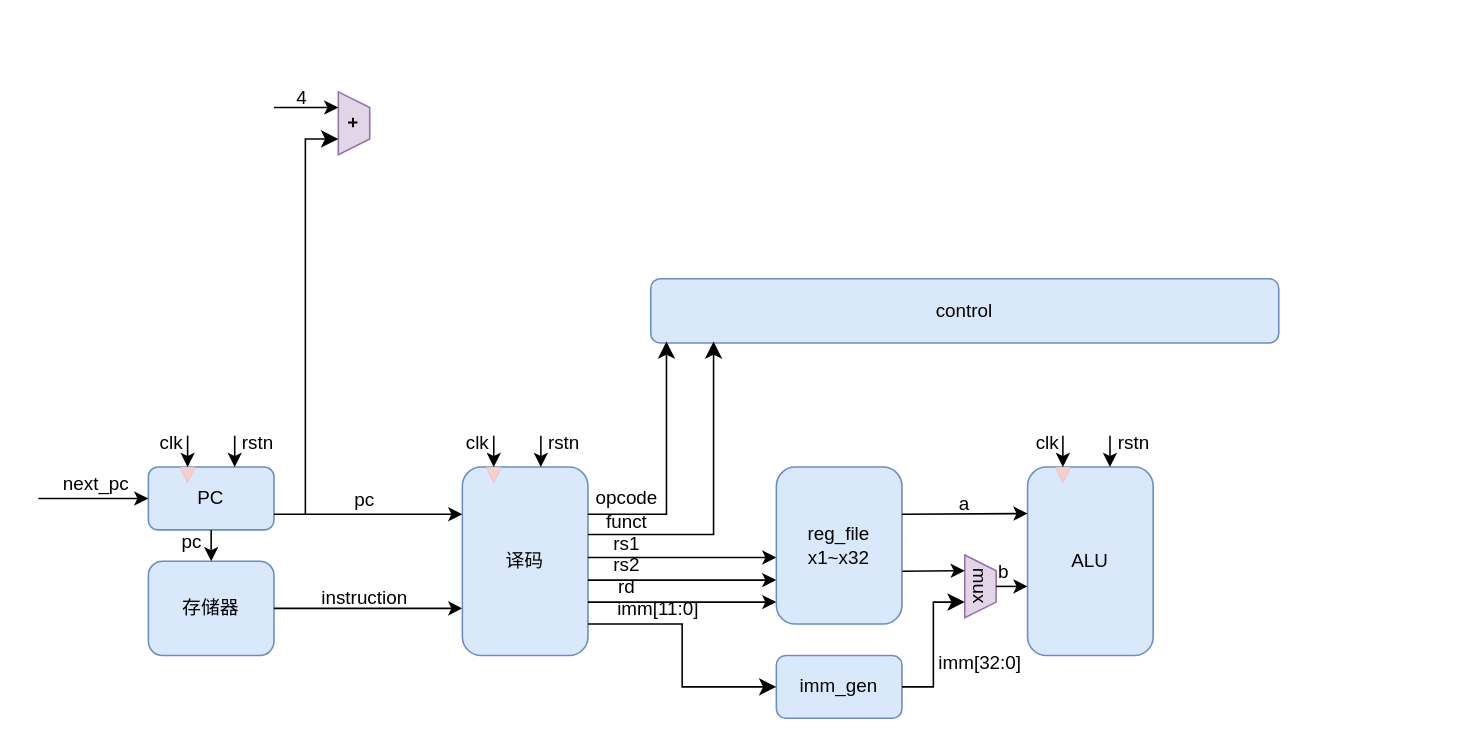
Earlier version of the draw.io diagram riscv.drawio (youmiwei/drawio). Source tidied: cells renumbered, new cells numbered last; positions are measured from the earlier drawing's top-left corner, leaving out a move shared by most shapes. Both pictures are drawn from the tidied source at 157%, with x=0, y=0 at pixel (38, 89).
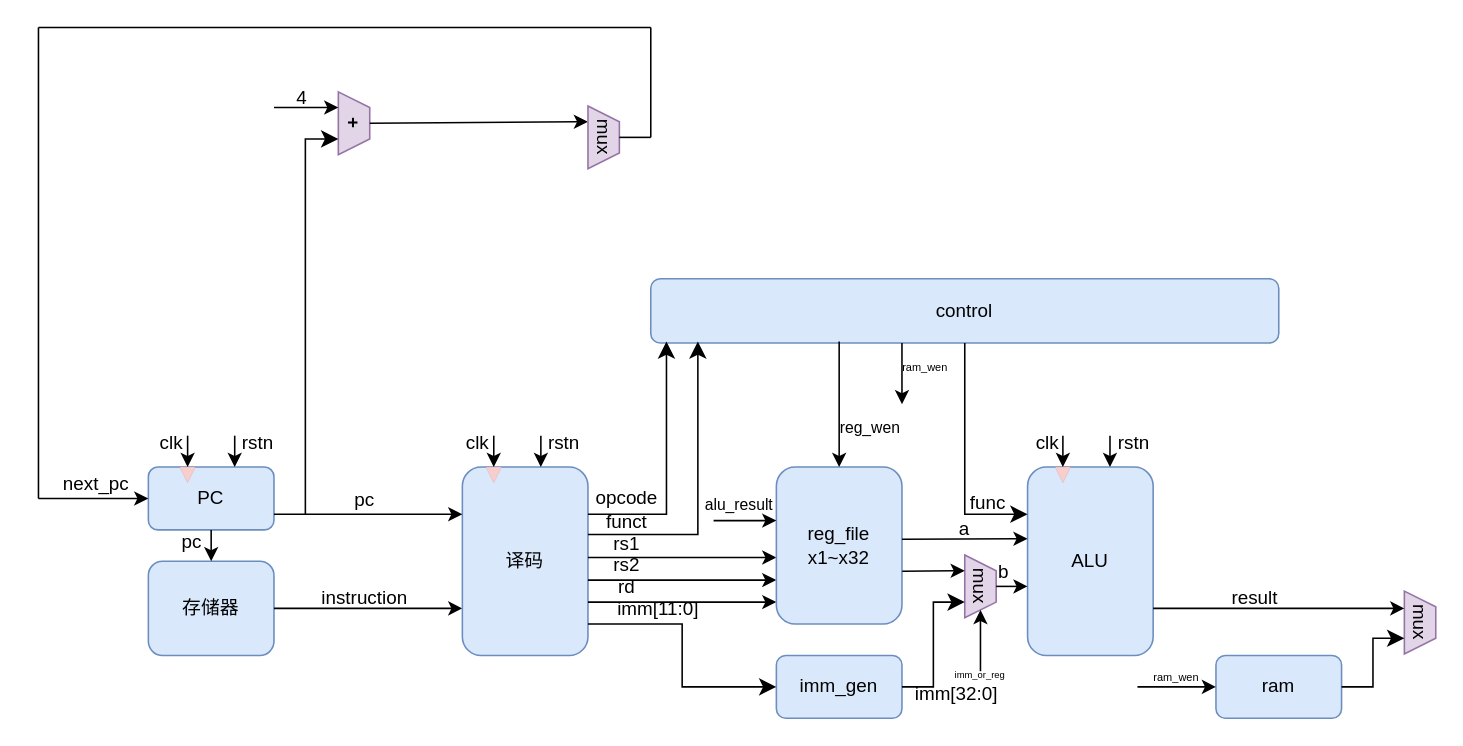
The same diagram, later.

Unchanged cells that the change refers to:
```xml
<mxCell id="2" value="ALU" style="rounded=1;whiteSpace=wrap;html=1;fillColor=#dae8fc;strokeColor=#6c8ebf;" parent="1" vertex="1">
  <mxGeometry x="630" y="240" width="80" height="120" as="geometry" />
</mxCell>
<mxCell id="22" value="&lt;div align=&quot;center&quot;&gt;&lt;div&gt;&lt;b&gt;+&lt;/b&gt;&lt;/div&gt;&lt;/div&gt;" style="shape=trapezoid;perimeter=trapezoidPerimeter;whiteSpace=wrap;html=1;fixedSize=1;size=10;rotation=90;fillColor=#e1d5e7;strokeColor=#9673a6;align=center;" parent="1" vertex="1">
  <mxGeometry x="181" y="11" width="40" height="20" as="geometry" />
</mxCell>
<mxCell id="35" value="&lt;div&gt;reg_file&lt;/div&gt;x1~x32" style="rounded=1;whiteSpace=wrap;html=1;fillColor=#dae8fc;strokeColor=#6c8ebf;" parent="1" vertex="1">
  <mxGeometry x="470" y="240" width="80" height="100" as="geometry" />
</mxCell>
<mxCell id="38" value="control" style="rounded=1;whiteSpace=wrap;html=1;fillColor=#dae8fc;strokeColor=#6c8ebf;" parent="1" vertex="1">
  <mxGeometry x="390" y="120" width="400" height="41" as="geometry" />
</mxCell>
<mxCell id="41" value="mux" style="shape=trapezoid;perimeter=trapezoidPerimeter;whiteSpace=wrap;html=1;fixedSize=1;size=10;rotation=90;fillColor=#e1d5e7;strokeColor=#9673a6;align=center;" parent="1" vertex="1">
  <mxGeometry x="580" y="306" width="40" height="20" as="geometry" />
</mxCell>
```

Diff of the diagram source:
```diff
@@
     <mxCell id="40" style="edgeStyle=elbowEdgeStyle;elbow=horizontal;endArrow=classic;html=1;curved=0;rounded=0;endSize=8;startSize=8;" parent="1" edge="1">
       <mxGeometry relative="1" as="geometry">
         <mxPoint x="350" y="283" as="sourcePoint" />
-        <mxPoint x="430" y="160" as="targetPoint" />
+        <mxPoint x="420" y="160" as="targetPoint" />
         <Array as="points">
-          <mxPoint x="430" y="283" />
+          <mxPoint x="420" y="283" />
         </Array>
       </mxGeometry>
     </mxCell>
@@
     <mxCell id="46" value="imm[32:0]" style="text;html=1;align=center;verticalAlign=middle;whiteSpace=wrap;rounded=0;" parent="1" vertex="1">
-      <mxGeometry x="565" y="360" width="70" height="10" as="geometry" />
+      <mxGeometry x="550" y="380" width="70" height="10" as="geometry" />
     </mxCell>
     <mxCell id="47" style="endArrow=classic;html=1;rounded=0;" parent="1" edge="1">
       <mxGeometry relative="1" as="geometry">
-        <mxPoint x="550" y="270" as="sourcePoint" />
-        <mxPoint x="630" y="269.6" as="targetPoint" />
+        <mxPoint x="550" y="286" as="sourcePoint" />
+        <mxPoint x="630" y="285.6" as="targetPoint" />
       </mxGeometry>
     </mxCell>
     <mxCell id="48" value="a" style="text;html=1;align=center;verticalAlign=middle;whiteSpace=wrap;rounded=0;" parent="1" vertex="1">
-      <mxGeometry x="585" y="258.6" width="10" height="10" as="geometry" />
+      <mxGeometry x="585" y="274.6" width="10" height="10" as="geometry" />
     </mxCell>
@@
+    <mxCell id="56" style="edgeStyle=elbowEdgeStyle;elbow=horizontal;endArrow=classic;html=1;curved=0;rounded=0;endSize=8;startSize=8;entryX=0;entryY=0.25;entryDx=0;entryDy=0;exitX=0.5;exitY=1;exitDx=0;exitDy=0;" parent="1" edge="1" source="38" target="2">
+      <mxGeometry relative="1" as="geometry">
+        <Array as="points">
+          <mxPoint x="590" y="230" />
+        </Array>
+      </mxGeometry>
+    </mxCell>
+    <mxCell id="57" value="func" style="text;html=1;align=center;verticalAlign=middle;whiteSpace=wrap;rounded=0;" parent="1" vertex="1">
+      <mxGeometry x="590" y="257.6" width="30" height="10" as="geometry" />
+    </mxCell>
+    <mxCell id="58" style="endArrow=classic;html=1;rounded=0;entryX=1;entryY=0.5;entryDx=0;entryDy=0;" parent="1" edge="1" target="41">
+      <mxGeometry relative="1" as="geometry">
+        <mxPoint x="600" y="370" as="sourcePoint" />
+      </mxGeometry>
+    </mxCell>
+    <mxCell id="59" value="&lt;font style=&quot;font-size: 6px;&quot;&gt;imm_or_reg&lt;/font&gt;" style="text;html=1;align=center;verticalAlign=middle;whiteSpace=wrap;rounded=0;" parent="1" vertex="1">
+      <mxGeometry x="585" y="370" width="30" as="geometry" />
+    </mxCell>
+    <mxCell id="60" style="endArrow=classic;html=1;rounded=0;exitX=0.5;exitY=0;exitDx=0;exitDy=0;" parent="1" edge="1" source="22">
+      <mxGeometry relative="1" as="geometry">
+        <mxPoint x="350" y="20" as="targetPoint" />
+      </mxGeometry>
+    </mxCell>
+    <mxCell id="61" value="mux" style="shape=trapezoid;perimeter=trapezoidPerimeter;whiteSpace=wrap;html=1;fixedSize=1;size=10;rotation=90;fillColor=#e1d5e7;strokeColor=#9673a6;align=center;" parent="1" vertex="1">
+      <mxGeometry x="340" y="20" width="40" height="20" as="geometry" />
+    </mxCell>
+    <mxCell id="62" style="endArrow=none;html=1;rounded=0;exitX=0.5;exitY=0;exitDx=0;exitDy=0;" parent="1" edge="1" source="61">
+      <mxGeometry relative="1" as="geometry">
+        <mxPoint x="390" y="30" as="targetPoint" />
+      </mxGeometry>
+    </mxCell>
+    <mxCell id="63" style="endArrow=none;html=1;rounded=0;" parent="1" edge="1">
+      <mxGeometry relative="1" as="geometry">
+        <mxPoint x="390" y="30" as="sourcePoint" />
+        <mxPoint x="390" y="-40" as="targetPoint" />
+      </mxGeometry>
+    </mxCell>
+    <mxCell id="64" style="endArrow=none;html=1;rounded=0;" parent="1" edge="1">
+      <mxGeometry relative="1" as="geometry">
+        <mxPoint x="390" y="-40" as="sourcePoint" />
+        <mxPoint y="-40" as="targetPoint" />
+      </mxGeometry>
+    </mxCell>
+    <mxCell id="65" style="endArrow=none;html=1;rounded=0;" parent="1" edge="1">
+      <mxGeometry relative="1" as="geometry">
+        <mxPoint y="260" as="sourcePoint" />
+        <mxPoint y="-40" as="targetPoint" />
+      </mxGeometry>
+    </mxCell>
+    <mxCell id="66" value="ram" style="rounded=1;whiteSpace=wrap;html=1;fillColor=#dae8fc;strokeColor=#6c8ebf;" parent="1" vertex="1">
+      <mxGeometry x="750" y="360" width="80" height="40" as="geometry" />
+    </mxCell>
+    <mxCell id="67" value="mux" style="shape=trapezoid;perimeter=trapezoidPerimeter;whiteSpace=wrap;html=1;fixedSize=1;size=10;rotation=90;fillColor=#e1d5e7;strokeColor=#9673a6;align=center;" parent="1" vertex="1">
+      <mxGeometry x="860" y="329" width="40" height="20" as="geometry" />
+    </mxCell>
+    <mxCell id="68" style="endArrow=classic;html=1;rounded=0;entryX=0.5;entryY=0;entryDx=0;entryDy=0;" parent="1" edge="1" target="35">
+      <mxGeometry relative="1" as="geometry">
+        <mxPoint x="510" y="160" as="sourcePoint" />
+      </mxGeometry>
+    </mxCell>
+    <mxCell id="69" value="&lt;font style=&quot;font-size: 10px;&quot;&gt;reg_wen&lt;/font&gt;" style="text;html=1;align=center;verticalAlign=middle;whiteSpace=wrap;rounded=0;" parent="1" vertex="1">
+      <mxGeometry x="510" y="210" width="40" height="10" as="geometry" />
+    </mxCell>
+    <mxCell id="70" style="endArrow=classic;html=1;rounded=0;" parent="1" edge="1">
+      <mxGeometry relative="1" as="geometry">
+        <mxPoint x="550" y="161" as="sourcePoint" />
+        <mxPoint x="550" y="200" as="targetPoint" />
+      </mxGeometry>
+    </mxCell>
+    <mxCell id="71" value="&lt;font style=&quot;font-size: 7px;&quot;&gt;ram_wen&lt;/font&gt;" style="text;html=1;align=center;verticalAlign=middle;whiteSpace=wrap;rounded=0;" parent="1" vertex="1">
+      <mxGeometry x="550" y="170" width="30" height="10" as="geometry" />
+    </mxCell>
+    <mxCell id="72" style="endArrow=classic;html=1;rounded=0;entryX=0;entryY=0.5;entryDx=0;entryDy=0;" parent="1" edge="1" target="66">
+      <mxGeometry relative="1" as="geometry">
+        <mxPoint x="700" y="380" as="sourcePoint" />
+      </mxGeometry>
+    </mxCell>
+    <mxCell id="73" value="&lt;font style=&quot;font-size: 7px;&quot;&gt;ram_wen&lt;/font&gt;" style="text;html=1;align=center;verticalAlign=middle;whiteSpace=wrap;rounded=0;" parent="1" vertex="1">
+      <mxGeometry x="710" y="370" width="30" height="5" as="geometry" />
+    </mxCell>
+    <mxCell id="74" style="endArrow=classic;html=1;rounded=0;" parent="1" edge="1">
+      <mxGeometry relative="1" as="geometry">
+        <mxPoint x="710" y="330" as="sourcePoint" />
+        <mxPoint x="870" y="330" as="targetPoint" />
+      </mxGeometry>
+    </mxCell>
+    <mxCell id="75" style="edgeStyle=elbowEdgeStyle;elbow=horizontal;endArrow=classic;html=1;curved=0;rounded=0;endSize=8;startSize=8;exitX=1;exitY=0.5;exitDx=0;exitDy=0;entryX=0.75;entryY=1;entryDx=0;entryDy=0;" parent="1" edge="1" source="66" target="67">
+      <mxGeometry relative="1" as="geometry" />
+    </mxCell>
+    <mxCell id="76" value="result" style="text;html=1;align=center;verticalAlign=middle;whiteSpace=wrap;rounded=0;" parent="1" vertex="1">
+      <mxGeometry x="760" y="317.8" width="30" height="12.4" as="geometry" />
+    </mxCell>
+    <mxCell id="77" style="endArrow=classic;html=1;rounded=0;entryX=0.25;entryY=1;entryDx=0;entryDy=0;exitX=1.002;exitY=0.663;exitDx=0;exitDy=0;exitPerimeter=0;" parent="1" edge="1">
+      <mxGeometry relative="1" as="geometry">
+        <mxPoint x="430" y="274.1" as="sourcePoint" />
+        <mxPoint x="470" y="274.1" as="targetPoint" />
+      </mxGeometry>
+    </mxCell>
+    <mxCell id="78" value="&lt;font style=&quot;font-size: 10px;&quot;&gt;alu_result&lt;/font&gt;" style="text;html=1;align=center;verticalAlign=middle;whiteSpace=wrap;rounded=0;" parent="1" vertex="1">
+      <mxGeometry x="426" y="258.6" width="41" height="10" as="geometry" />
+    </mxCell>
```
